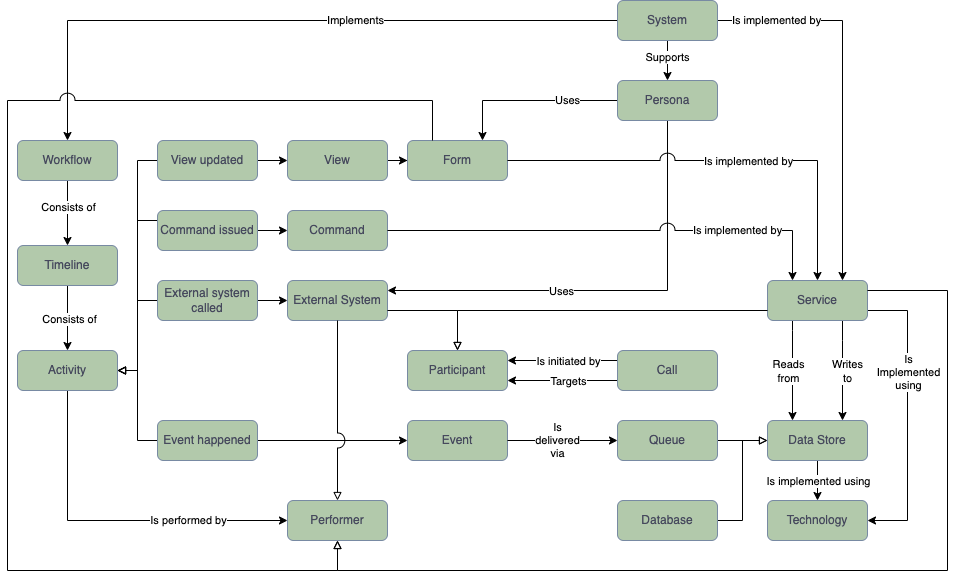
RaySinnema/architecture-diagrams keeps this draw.io diagram as model/model.png. Above is the earlier version. Source tidied: cells renumbered, new cells last; positions are measured from the earlier drawing's top-left corner, leaving out a move shared by most shapes.
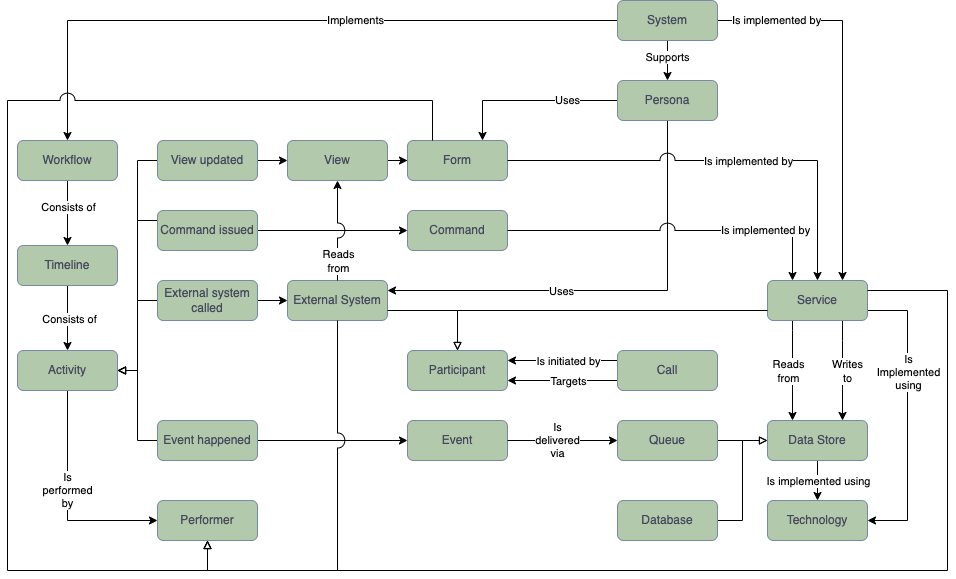
Later version of the same file.

Commit message:
External System can read a View

The edit, as a diff of the source:
```diff
@@ -3,7 +3,7 @@
     <mxCell id="0" />
     <mxCell id="1" parent="0" />
     <mxCell id="2" value="Command" style="whiteSpace=wrap;html=1;align=center;fillColor=#B2C9AB;strokeColor=#788AA3;fontColor=#46495D;rounded=1;" parent="1" vertex="1">
-      <mxGeometry x="280" y="210" width="100" height="40" as="geometry" />
+      <mxGeometry x="400" y="210" width="100" height="40" as="geometry" />
     </mxCell>
     <mxCell id="3" style="edgeStyle=orthogonalEdgeStyle;rounded=0;jettySize=auto;html=1;exitX=1;exitY=0.5;exitDx=0;exitDy=0;endArrow=classic;endFill=1;" parent="1" edge="1" source="4" target="5">
       <mxGeometry relative="1" as="geometry" />
@@ -115,8 +115,8 @@
     <mxCell id="28" value="Timeline" style="whiteSpace=wrap;html=1;align=center;fillColor=#B2C9AB;strokeColor=#788AA3;fontColor=#46495D;rounded=1;" parent="1" vertex="1">
       <mxGeometry x="10" y="245" width="100" height="40" as="geometry" />
     </mxCell>
-    <mxCell id="29" value="Is performed by" style="edgeStyle=orthogonalEdgeStyle;rounded=0;jettySize=auto;html=1;exitX=0.5;exitY=1;exitDx=0;exitDy=0;entryX=0;entryY=0.5;entryDx=0;entryDy=0;" parent="1" edge="1" source="30" target="50">
-      <mxGeometry x="0.44" relative="1" as="geometry" />
+    <mxCell id="29" value="Is&lt;br&gt;performed&lt;br&gt;by" style="edgeStyle=orthogonalEdgeStyle;rounded=0;jettySize=auto;html=1;exitX=0.5;exitY=1;exitDx=0;exitDy=0;entryX=0;entryY=0.5;entryDx=0;entryDy=0;" parent="1" edge="1" source="30" target="50">
+      <mxGeometry x="-0.09" relative="1" as="geometry" />
     </mxCell>
     <mxCell id="30" value="Activity" style="whiteSpace=wrap;html=1;align=center;fillColor=#B2C9AB;strokeColor=#788AA3;fontColor=#46495D;rounded=1;" parent="1" vertex="1">
       <mxGeometry x="10" y="350" width="100" height="40" as="geometry" />
@@ -191,7 +191,7 @@
       <mxGeometry x="150" y="280" width="100" height="40" as="geometry" />
     </mxCell>
     <mxCell id="50" value="Performer" style="whiteSpace=wrap;html=1;align=center;fillColor=#B2C9AB;strokeColor=#788AA3;fontColor=#46495D;rounded=1;" parent="1" vertex="1">
-      <mxGeometry x="280" y="500" width="100" height="40" as="geometry" />
+      <mxGeometry x="150" y="500" width="100" height="40" as="geometry" />
     </mxCell>
     <mxCell id="51" style="edgeStyle=orthogonalEdgeStyle;rounded=0;jumpStyle=arc;jumpSize=15;jettySize=auto;html=1;exitX=0;exitY=0.25;exitDx=0;exitDy=0;entryX=1;entryY=0.25;entryDx=0;entryDy=0;endArrow=classic;endFill=1;" parent="1" edge="1" source="55" target="56">
       <mxGeometry relative="1" as="geometry" />
@@ -227,7 +227,7 @@
         <Array as="points">
           <mxPoint x="940" y="290" />
           <mxPoint x="940" y="570" />
-          <mxPoint x="330" y="570" />
+          <mxPoint x="200" y="570" />
         </Array>
       </mxGeometry>
     </mxCell>
@@ -237,7 +237,7 @@
           <mxPoint x="425" y="100" />
           <mxPoint y="100" />
           <mxPoint y="570" />
-          <mxPoint x="330" y="570" />
+          <mxPoint x="200" y="570" />
         </Array>
       </mxGeometry>
     </mxCell>
@@ -252,11 +252,12 @@
         </Array>
       </mxGeometry>
     </mxCell>
-    <mxCell id="62" style="edgeStyle=orthogonalEdgeStyle;rounded=0;jettySize=auto;html=1;exitX=0.5;exitY=1;exitDx=0;exitDy=0;entryX=0.5;entryY=0;entryDx=0;entryDy=0;endArrow=block;endFill=0;jumpStyle=arc;jumpSize=15;" parent="1" edge="1" source="35" target="50">
+    <mxCell id="62" style="edgeStyle=orthogonalEdgeStyle;rounded=0;jettySize=auto;html=1;exitX=0.5;exitY=1;exitDx=0;exitDy=0;endArrow=block;endFill=0;jumpStyle=arc;jumpSize=15;" parent="1" edge="1" source="35">
       <mxGeometry relative="1" as="geometry">
+        <mxPoint x="200" y="540" as="targetPoint" />
         <Array as="points">
-          <mxPoint x="330" y="370" />
-          <mxPoint x="330" y="370" />
+          <mxPoint x="330" y="570" />
+          <mxPoint x="200" y="570" />
         </Array>
       </mxGeometry>
     </mxCell>
@@ -282,5 +283,18 @@
         <mxPoint x="59" as="offset" />
       </mxGeometry>
     </mxCell>
+    <mxCell id="67" style="edgeStyle=orthogonalEdgeStyle;rounded=0;jumpStyle=arc;jumpSize=15;jettySize=auto;html=1;exitX=0.5;exitY=0;exitDx=0;exitDy=0;entryX=0.5;entryY=1;entryDx=0;entryDy=0;endArrow=classic;endFill=1;" parent="1" edge="1" source="35" target="4">
+      <mxGeometry relative="1" as="geometry">
+        <Array as="points">
+          <mxPoint x="330" y="230" />
+          <mxPoint x="330" y="230" />
+        </Array>
+      </mxGeometry>
+    </mxCell>
+    <mxCell id="68" value="Reads&lt;br&gt;from" style="edgeLabel;html=1;align=center;verticalAlign=middle;" parent="67" vertex="1">
+      <mxGeometry x="-0.48" y="1" relative="1" as="geometry">
+        <mxPoint x="1" y="6" as="offset" />
+      </mxGeometry>
+    </mxCell>
   </root>
 </mxGraphModel>
```
